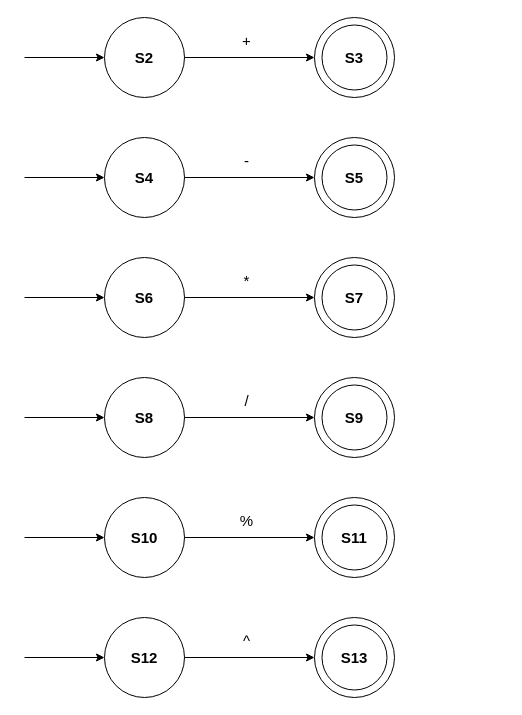
Earlier version of the draw.io diagram operationSymbols.drawio (MonaJea-Ng/Projects). Source tidied: cells renumbered, new cells numbered last; positions are measured from the earlier drawing's top-left corner, leaving out a move shared by most shapes. Both pictures are drawn from the tidied source at 100%, with x=0, y=0 at pixel (24, 17).
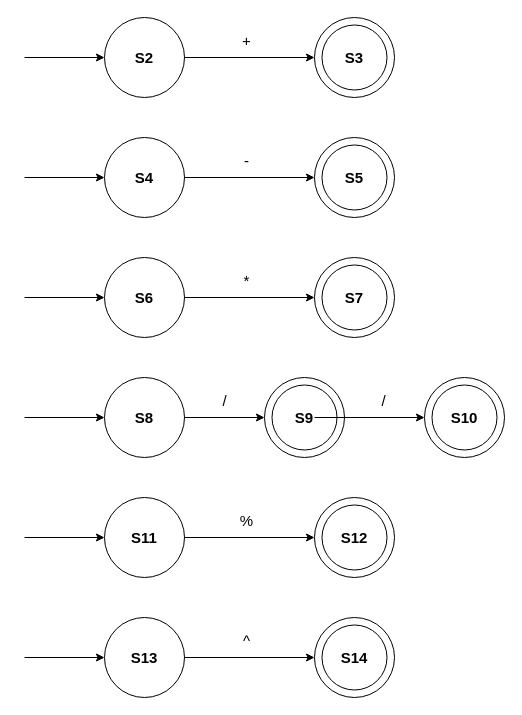
The same page after the edit.

What changed in the source:
```diff
@@
     <mxCell id="26" style="ellipse;whiteSpace=wrap;html=1;" parent="1" vertex="1">
-      <mxGeometry x="290" y="360" width="80" height="80" as="geometry" />
+      <mxGeometry x="240" y="360" width="80" height="80" as="geometry" />
     </mxCell>
     <mxCell id="27" style="ellipse;whiteSpace=wrap;html=1;" parent="1" vertex="1">
-      <mxGeometry x="297.5" y="367.5" width="65" height="65" as="geometry" />
+      <mxGeometry x="247.5" y="367.5" width="65" height="65" as="geometry" />
     </mxCell>
@@
     <mxCell id="32" value="&lt;b&gt;&lt;font style=&quot;font-size: 15px;&quot;&gt;S9&lt;/font&gt;&lt;/b&gt;" style="text;html=1;strokeColor=none;fillColor=none;align=center;verticalAlign=middle;whiteSpace=wrap;rounded=0;" parent="1" vertex="1">
-      <mxGeometry x="300" y="385" width="60" height="30" as="geometry" />
+      <mxGeometry x="250" y="385" width="60" height="30" as="geometry" />
     </mxCell>
     <mxCell id="33" value="/" style="text;html=1;strokeColor=none;fillColor=none;align=center;verticalAlign=middle;whiteSpace=wrap;rounded=0;fontSize=15;" parent="1" vertex="1">
-      <mxGeometry x="170" y="367.5" width="105" height="30" as="geometry" />
+      <mxGeometry x="148" y="367.5" width="105" height="30" as="geometry" />
     </mxCell>
@@
-    <mxCell id="39" value="&lt;b style=&quot;font-size: 15px;&quot;&gt;S10&lt;/b&gt;" style="text;html=1;strokeColor=none;fillColor=none;align=center;verticalAlign=middle;whiteSpace=wrap;rounded=0;fontSize=15;" parent="1" vertex="1">
+    <mxCell id="39" value="&lt;b style=&quot;font-size: 15px;&quot;&gt;S11&lt;/b&gt;" style="text;html=1;strokeColor=none;fillColor=none;align=center;verticalAlign=middle;whiteSpace=wrap;rounded=0;fontSize=15;" parent="1" vertex="1">
       <mxGeometry x="90" y="505" width="60" height="30" as="geometry" />
     </mxCell>
-    <mxCell id="40" value="&lt;b&gt;&lt;font style=&quot;font-size: 15px;&quot;&gt;S11&lt;/font&gt;&lt;/b&gt;" style="text;html=1;strokeColor=none;fillColor=none;align=center;verticalAlign=middle;whiteSpace=wrap;rounded=0;" parent="1" vertex="1">
+    <mxCell id="40" value="&lt;b&gt;&lt;font style=&quot;font-size: 15px;&quot;&gt;S12&lt;/font&gt;&lt;/b&gt;" style="text;html=1;strokeColor=none;fillColor=none;align=center;verticalAlign=middle;whiteSpace=wrap;rounded=0;" parent="1" vertex="1">
       <mxGeometry x="300" y="505" width="60" height="30" as="geometry" />
     </mxCell>
@@
-    <mxCell id="47" value="&lt;b style=&quot;font-size: 15px;&quot;&gt;S12&lt;/b&gt;" style="text;html=1;strokeColor=none;fillColor=none;align=center;verticalAlign=middle;whiteSpace=wrap;rounded=0;fontSize=15;" parent="1" vertex="1">
+    <mxCell id="47" value="&lt;b style=&quot;font-size: 15px;&quot;&gt;S13&lt;/b&gt;" style="text;html=1;strokeColor=none;fillColor=none;align=center;verticalAlign=middle;whiteSpace=wrap;rounded=0;fontSize=15;" parent="1" vertex="1">
       <mxGeometry x="90" y="625" width="60" height="30" as="geometry" />
     </mxCell>
-    <mxCell id="48" value="&lt;b&gt;&lt;font style=&quot;font-size: 15px;&quot;&gt;S13&lt;/font&gt;&lt;/b&gt;" style="text;html=1;strokeColor=none;fillColor=none;align=center;verticalAlign=middle;whiteSpace=wrap;rounded=0;" parent="1" vertex="1">
+    <mxCell id="48" value="&lt;b&gt;&lt;font style=&quot;font-size: 15px;&quot;&gt;S14&lt;/font&gt;&lt;/b&gt;" style="text;html=1;strokeColor=none;fillColor=none;align=center;verticalAlign=middle;whiteSpace=wrap;rounded=0;" parent="1" vertex="1">
       <mxGeometry x="300" y="625" width="60" height="30" as="geometry" />
     </mxCell>
@@
+    <mxCell id="50" style="ellipse;whiteSpace=wrap;html=1;" parent="1" vertex="1">
+      <mxGeometry x="400" y="360" width="80" height="80" as="geometry" />
+    </mxCell>
+    <mxCell id="51" style="ellipse;whiteSpace=wrap;html=1;" parent="1" vertex="1">
+      <mxGeometry x="407.5" y="367.5" width="65" height="65" as="geometry" />
+    </mxCell>
+    <mxCell id="52" style="endArrow=classic;html=1;rounded=0;entryX=0;entryY=0.5;entryDx=0;entryDy=0;exitX=1;exitY=0.5;exitDx=0;exitDy=0;" parent="1" edge="1" target="50">
+      <mxGeometry relative="1" as="geometry">
+        <mxPoint x="290" y="400" as="sourcePoint" />
+      </mxGeometry>
+    </mxCell>
+    <mxCell id="53" value="&lt;b&gt;&lt;font style=&quot;font-size: 15px;&quot;&gt;S10&lt;/font&gt;&lt;/b&gt;" style="text;html=1;strokeColor=none;fillColor=none;align=center;verticalAlign=middle;whiteSpace=wrap;rounded=0;" parent="1" vertex="1">
+      <mxGeometry x="410" y="385" width="60" height="30" as="geometry" />
+    </mxCell>
+    <mxCell id="54" value="/" style="text;html=1;strokeColor=none;fillColor=none;align=center;verticalAlign=middle;whiteSpace=wrap;rounded=0;fontSize=15;" parent="1" vertex="1">
+      <mxGeometry x="306.5" y="367.5" width="105" height="30" as="geometry" />
+    </mxCell>
```
